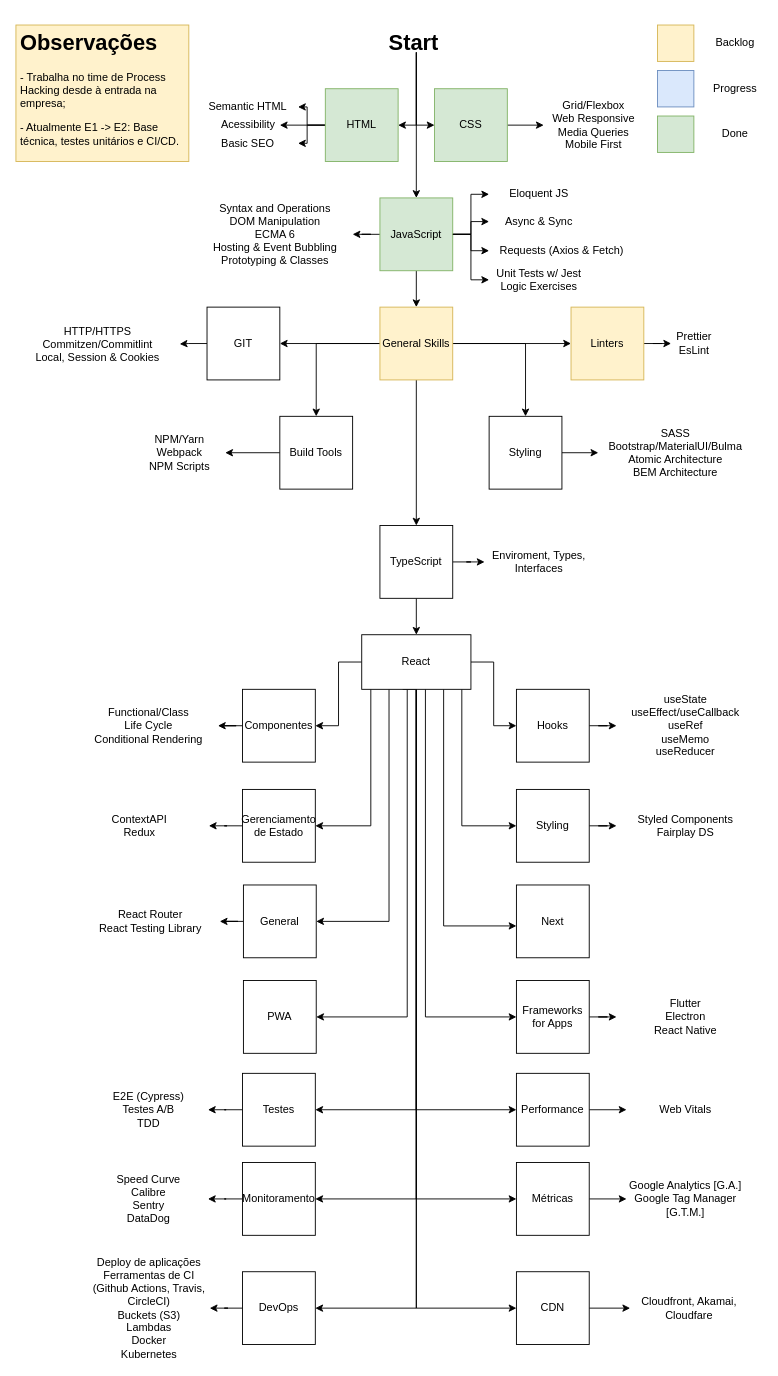
The draw.io diagram Roadmap.drawio in azraelgarden/maju-mentoria, before the edit. Source tidied: cells renumbered, new cells numbered last; positions are measured from the earlier drawing's top-left corner, leaving out a move shared by most shapes. Both pictures are drawn from the tidied source at 91%, with x=0, y=0 at pixel (15, 25).
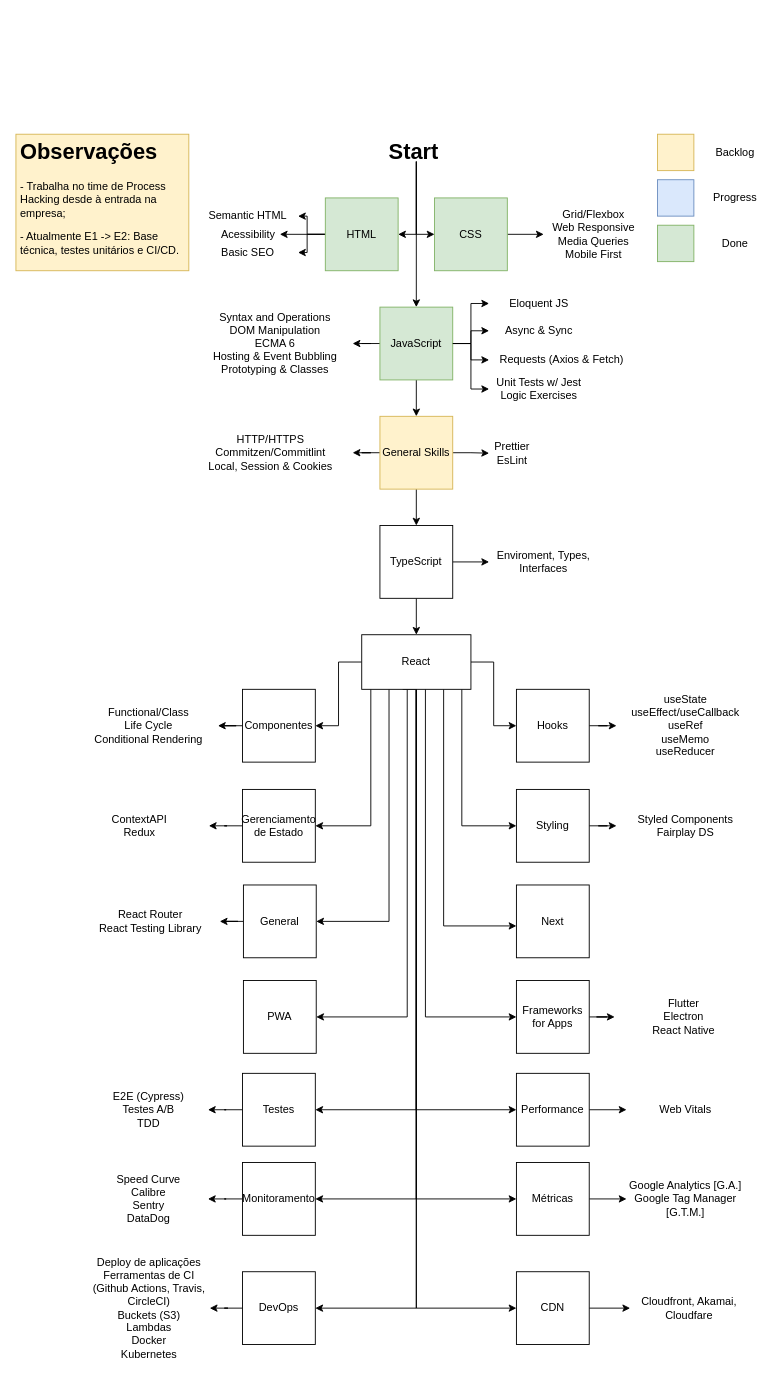
The same page after the edit.

Change to the diagram source:
```diff
@@
     <mxCell id="2" value="&lt;h1&gt;Observações&lt;/h1&gt;&lt;p&gt;- Trabalha no time de Process Hacking desde à entrada na empresa;&lt;/p&gt;&lt;p&gt;- Atualmente E1 -&amp;gt; E2: Base técnica, testes unitários e CI/CD.&lt;/p&gt;&lt;p&gt;&lt;br&gt;&lt;/p&gt;" style="text;html=1;strokeColor=#d6b656;fillColor=#fff2cc;spacing=5;spacingTop=-20;whiteSpace=wrap;overflow=hidden;rounded=0;" parent="1" vertex="1">
-      <mxGeometry width="190" height="150" as="geometry" />
+      <mxGeometry y="120" width="190" height="150" as="geometry" />
     </mxCell>
@@
     <mxCell id="6" value="HTML" style="whiteSpace=wrap;html=1;fillColor=#d5e8d4;strokeColor=#82b366;" parent="1" vertex="1">
-      <mxGeometry x="340" y="70" width="80" height="80" as="geometry" />
+      <mxGeometry x="340" y="190" width="80" height="80" as="geometry" />
     </mxCell>
@@
     <mxCell id="8" value="CSS" style="whiteSpace=wrap;html=1;fillColor=#d5e8d4;strokeColor=#82b366;" parent="1" vertex="1">
-      <mxGeometry x="460" y="70" width="80" height="80" as="geometry" />
+      <mxGeometry x="460" y="190" width="80" height="80" as="geometry" />
     </mxCell>
     <mxCell id="9" value="Semantic HTML" style="text;html=1;strokeColor=none;fillColor=none;align=center;verticalAlign=middle;whiteSpace=wrap;rounded=0;" parent="1" vertex="1">
-      <mxGeometry x="200" y="80" width="110" height="20" as="geometry" />
+      <mxGeometry x="200" y="200" width="110" height="20" as="geometry" />
     </mxCell>
     <mxCell id="10" value="Grid/Flexbox&lt;br&gt;Web Responsive&lt;br&gt;Media Queries&lt;br&gt;Mobile First" style="text;html=1;strokeColor=none;fillColor=none;align=center;verticalAlign=middle;whiteSpace=wrap;rounded=0;" parent="1" vertex="1">
-      <mxGeometry x="580" y="100" width="110" height="20" as="geometry" />
+      <mxGeometry x="580" y="220" width="110" height="20" as="geometry" />
     </mxCell>
@@
     <mxCell id="16" value="JavaScript" style="whiteSpace=wrap;html=1;fillColor=#d5e8d4;strokeColor=#82b366;" parent="1" vertex="1">
-      <mxGeometry x="400" y="190" width="80" height="80" as="geometry" />
+      <mxGeometry x="400" y="310" width="80" height="80" as="geometry" />
     </mxCell>
     <mxCell id="17" value="Syntax and Operations&lt;br&gt;DOM Manipulation&lt;br&gt;ECMA 6&lt;br&gt;Hosting &amp;amp; Event Bubbling&lt;br&gt;Prototyping &amp;amp; Classes" style="text;html=1;strokeColor=none;fillColor=none;align=center;verticalAlign=middle;whiteSpace=wrap;rounded=0;" parent="1" vertex="1">
-      <mxGeometry x="200" y="220" width="170" height="20" as="geometry" />
+      <mxGeometry x="200" y="340" width="170" height="20" as="geometry" />
     </mxCell>
     <mxCell id="18" value="Eloquent JS" style="text;html=1;strokeColor=none;fillColor=none;align=center;verticalAlign=middle;whiteSpace=wrap;rounded=0;" parent="1" vertex="1">
-      <mxGeometry x="520" y="170" width="110" height="32" as="geometry" />
+      <mxGeometry x="520" y="290" width="110" height="32" as="geometry" />
     </mxCell>
@@
     <mxCell id="24" value="&lt;h1&gt;Start&lt;/h1&gt;" style="text;html=1;strokeColor=none;fillColor=none;spacing=5;spacingTop=-20;whiteSpace=wrap;overflow=hidden;rounded=0;" parent="1" vertex="1">
-      <mxGeometry x="405" width="70" height="30" as="geometry" />
+      <mxGeometry x="405" y="120" width="70" height="30" as="geometry" />
     </mxCell>
-    <mxCell id="25" style="edgeStyle=orthogonalEdgeStyle;rounded=0;jettySize=auto;html=1;" parent="1" edge="1" source="30" target="32">
-      <mxGeometry relative="1" as="geometry" />
-    </mxCell>
-    <mxCell id="26" style="edgeStyle=orthogonalEdgeStyle;rounded=0;jettySize=auto;html=1;" parent="1" edge="1" source="30" target="34">
-      <mxGeometry relative="1" as="geometry" />
-    </mxCell>
-    <mxCell id="27" style="edgeStyle=orthogonalEdgeStyle;rounded=0;jettySize=auto;html=1;" parent="1" edge="1" source="30" target="41">
+    <mxCell id="27" style="edgeStyle=orthogonalEdgeStyle;rounded=0;jettySize=auto;html=1;" parent="1" edge="1" source="30" target="42">
       <mxGeometry relative="1" as="geometry" />
     </mxCell>
-    <mxCell id="28" style="edgeStyle=orthogonalEdgeStyle;rounded=0;jettySize=auto;html=1;" parent="1" edge="1" source="30" target="45">
+    <mxCell id="28" style="edgeStyle=orthogonalEdgeStyle;rounded=0;jettySize=auto;html=1;" parent="1" edge="1" source="30" target="46">
       <mxGeometry relative="1" as="geometry" />
     </mxCell>
@@
     <mxCell id="30" value="General Skills" style="whiteSpace=wrap;html=1;fillColor=#fff2cc;strokeColor=#d6b656;" parent="1" vertex="1">
-      <mxGeometry x="400" y="310" width="80" height="80" as="geometry" />
+      <mxGeometry x="400" y="430" width="80" height="80" as="geometry" />
     </mxCell>
-    <mxCell id="31" style="edgeStyle=orthogonalEdgeStyle;rounded=0;jettySize=auto;html=1;" parent="1" edge="1" source="32" target="35">
-      <mxGeometry relative="1" as="geometry" />
-    </mxCell>
-    <mxCell id="32" value="Build Tools" style="whiteSpace=wrap;html=1;" parent="1" vertex="1">
-      <mxGeometry x="290" y="430" width="80" height="80" as="geometry" />
-    </mxCell>
-    <mxCell id="33" style="edgeStyle=orthogonalEdgeStyle;rounded=0;jettySize=auto;html=1;" parent="1" edge="1" source="34" target="37">
-      <mxGeometry relative="1" as="geometry" />
-    </mxCell>
-    <mxCell id="34" value="Styling" style="whiteSpace=wrap;html=1;" parent="1" vertex="1">
-      <mxGeometry x="520" y="430" width="80" height="80" as="geometry" />
-    </mxCell>
-    <mxCell id="35" value="NPM/Yarn&lt;br&gt;Webpack&lt;br&gt;NPM Scripts" style="text;html=1;strokeColor=none;fillColor=none;align=center;verticalAlign=middle;whiteSpace=wrap;rounded=0;" parent="1" vertex="1">
-      <mxGeometry x="130" y="460" width="100" height="20" as="geometry" />
-    </mxCell>
-    <mxCell id="36" style="edgeStyle=orthogonalEdgeStyle;rounded=0;orthogonalLoop=1;jettySize=auto;html=1;exitX=0.5;exitY=1;exitDx=0;exitDy=0;" parent="1" edge="1" source="35" target="35">
-      <mxGeometry relative="1" as="geometry" />
-    </mxCell>
-    <mxCell id="37" value="SASS&lt;br&gt;Bootstrap/MaterialUI/Bulma&lt;br&gt;Atomic Architecture&lt;br&gt;BEM Architecture" style="text;html=1;strokeColor=none;fillColor=none;align=center;verticalAlign=middle;whiteSpace=wrap;rounded=0;" parent="1" vertex="1">
-      <mxGeometry x="640" y="460" width="170" height="20" as="geometry" />
-    </mxCell>
     <mxCell id="38" value="Basic SEO" style="text;html=1;strokeColor=none;fillColor=none;align=center;verticalAlign=middle;whiteSpace=wrap;rounded=0;" parent="1" vertex="1">
-      <mxGeometry x="200" y="120" width="110" height="20" as="geometry" />
+      <mxGeometry x="200" y="240" width="110" height="20" as="geometry" />
     </mxCell>
     <mxCell id="39" value="&lt;span&gt;Acessibility&lt;/span&gt;" style="text;html=1;align=center;verticalAlign=middle;points=[];strokeColor=none;" parent="1" vertex="1">
-      <mxGeometry x="220" y="100" width="70" height="20" as="geometry" />
+      <mxGeometry x="220" y="220" width="70" height="20" as="geometry" />
     </mxCell>
-    <mxCell id="40" style="edgeStyle=orthogonalEdgeStyle;rounded=0;jettySize=auto;html=1;" parent="1" edge="1" source="41" target="42">
-      <mxGeometry relative="1" as="geometry" />
-    </mxCell>
-    <mxCell id="41" value="Linters" style="whiteSpace=wrap;html=1;fillColor=#fff2cc;strokeColor=#d6b656;" parent="1" vertex="1">
-      <mxGeometry x="610" y="310" width="80" height="80" as="geometry" />
-    </mxCell>
     <mxCell id="42" value="Prettier&lt;br&gt;EsLint" style="text;html=1;align=center;verticalAlign=middle;points=[];strokeColor=none;" parent="1" vertex="1">
-      <mxGeometry x="720" y="335" width="50" height="30" as="geometry" />
+      <mxGeometry x="520" y="455.5" width="50" height="30" as="geometry" />
     </mxCell>
-    <mxCell id="43" value="&amp;nbsp; &amp;nbsp; &amp;nbsp;" style="text;html=1;align=center;verticalAlign=middle;strokeColor=none;" parent="1" vertex="1">
-      <mxGeometry x="645" y="410" width="30" height="20" as="geometry" />
-    </mxCell>
-    <mxCell id="44" style="edgeStyle=orthogonalEdgeStyle;rounded=0;jettySize=auto;html=1;" parent="1" edge="1" source="45" target="46">
-      <mxGeometry relative="1" as="geometry" />
-    </mxCell>
-    <mxCell id="45" value="GIT" style="whiteSpace=wrap;html=1;" parent="1" vertex="1">
-      <mxGeometry x="210" y="310" width="80" height="80" as="geometry" />
-    </mxCell>
     <mxCell id="46" value="HTTP/HTTPS&lt;br&gt;Commitzen/Commitlint&lt;br&gt;Local, Session &amp;amp; Cookies" style="text;html=1;strokeColor=none;fillColor=none;align=center;verticalAlign=middle;whiteSpace=wrap;rounded=0;" parent="1" vertex="1">
-      <mxGeometry y="330" width="180" height="41" as="geometry" />
+      <mxGeometry x="190" y="449.5" width="180" height="41" as="geometry" />
     </mxCell>
     <mxCell id="47" style="whiteSpace=wrap;html=1;fillColor=#dae8fc;strokeColor=#6c8ebf;" parent="1" vertex="1">
-      <mxGeometry x="705" y="50" width="40" height="40" as="geometry" />
+      <mxGeometry x="705" y="170" width="40" height="40" as="geometry" />
     </mxCell>
     <mxCell id="48" value="Progress" style="text;html=1;align=center;verticalAlign=middle;strokeColor=none;" parent="1" vertex="1">
-      <mxGeometry x="760" y="60" width="60" height="20" as="geometry" />
+      <mxGeometry x="760" y="180" width="60" height="20" as="geometry" />
     </mxCell>
     <mxCell id="49" style="whiteSpace=wrap;html=1;fillColor=#fff2cc;strokeColor=#d6b656;" parent="1" vertex="1">
-      <mxGeometry x="705" width="40" height="40" as="geometry" />
+      <mxGeometry x="705" y="120" width="40" height="40" as="geometry" />
     </mxCell>
     <mxCell id="50" value="Backlog" style="text;html=1;align=center;verticalAlign=middle;strokeColor=none;" parent="1" vertex="1">
-      <mxGeometry x="760" y="10" width="60" height="20" as="geometry" />
+      <mxGeometry x="760" y="130" width="60" height="20" as="geometry" />
     </mxCell>
     <mxCell id="51" style="whiteSpace=wrap;html=1;fillColor=#d5e8d4;strokeColor=#82b366;" parent="1" vertex="1">
-      <mxGeometry x="705" y="100" width="40" height="40" as="geometry" />
+      <mxGeometry x="705" y="220" width="40" height="40" as="geometry" />
     </mxCell>
     <mxCell id="52" value="Done" style="text;html=1;align=center;verticalAlign=middle;strokeColor=none;" parent="1" vertex="1">
-      <mxGeometry x="770" y="110" width="40" height="20" as="geometry" />
+      <mxGeometry x="770" y="230" width="40" height="20" as="geometry" />
     </mxCell>
@@
     <mxCell id="54" value="Unit Tests w/ Jest&lt;br&gt;Logic Exercises" style="text;html=1;strokeColor=none;fillColor=none;align=center;verticalAlign=middle;whiteSpace=wrap;rounded=0;" parent="1" vertex="1">
-      <mxGeometry x="520" y="270" width="110" height="20" as="geometry" />
+      <mxGeometry x="520" y="390" width="110" height="20" as="geometry" />
     </mxCell>
     <mxCell id="55" value="Async &amp;amp; Sync" style="text;html=1;strokeColor=none;fillColor=none;align=center;verticalAlign=middle;whiteSpace=wrap;rounded=0;" parent="1" vertex="1">
-      <mxGeometry x="520" y="200" width="110" height="32" as="geometry" />
+      <mxGeometry x="520" y="320" width="110" height="32" as="geometry" />
     </mxCell>
@@
     <mxCell id="57" value="Requests (Axios &amp;amp; Fetch)" style="text;html=1;strokeColor=none;fillColor=none;align=center;verticalAlign=middle;whiteSpace=wrap;rounded=0;" parent="1" vertex="1">
-      <mxGeometry x="520" y="232" width="160" height="32" as="geometry" />
+      <mxGeometry x="520" y="352" width="160" height="32" as="geometry" />
     </mxCell>
@@
     <mxCell id="63" value="Enviroment, Types, Interfaces" style="text;html=1;align=center;verticalAlign=middle;whiteSpace=wrap;rounded=0;" parent="1" vertex="1">
-      <mxGeometry x="515" y="540" width="120" height="100" as="geometry" />
+      <mxGeometry x="520" y="552.5" width="120" height="75" as="geometry" />
     </mxCell>
@@
     <mxCell id="98" value="Flutter&lt;br&gt;Electron&lt;br&gt;React Native" style="text;html=1;strokeColor=none;fillColor=none;align=center;verticalAlign=middle;whiteSpace=wrap;rounded=0;" parent="1" vertex="1">
-      <mxGeometry x="660" y="1075" width="152" height="30" as="geometry" />
+      <mxGeometry x="658" y="1062.5" width="152" height="55" as="geometry" />
     </mxCell>
```
